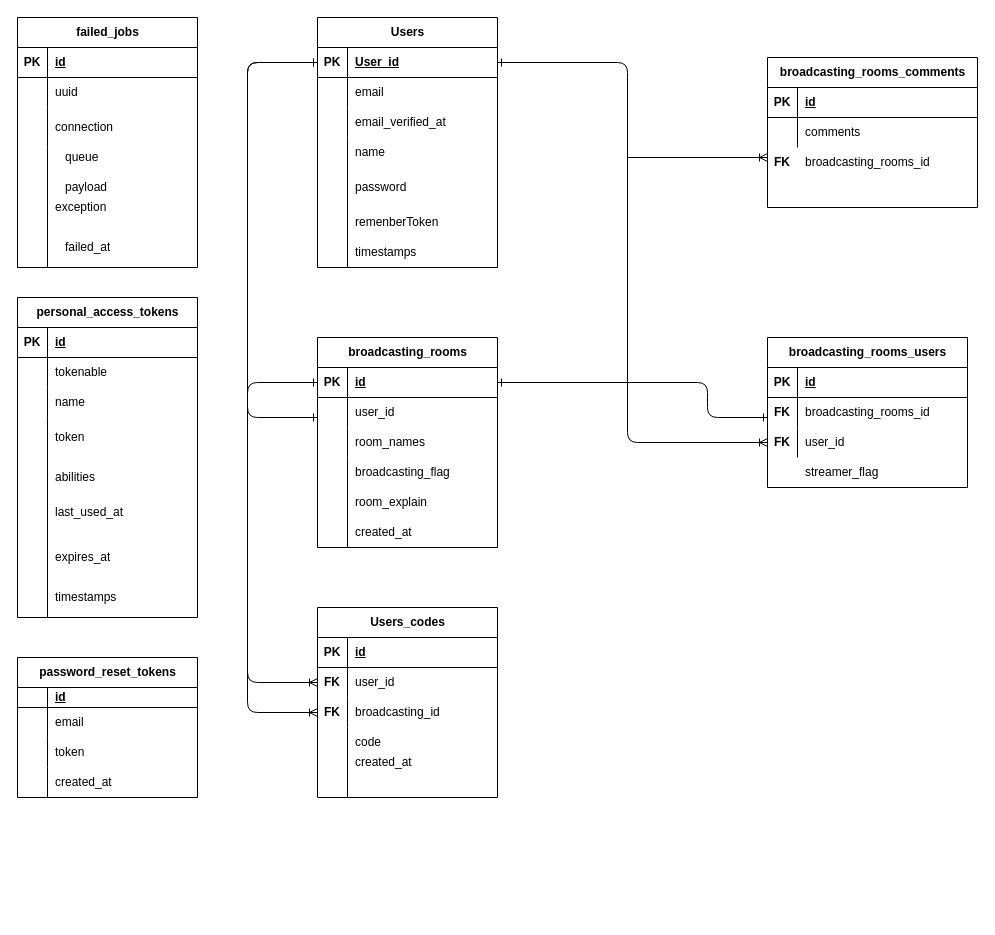
This is ER図_G-voice.drawio from Taka-ho/G-voice, a draw.io file, before an edit. Source tidied: cells renumbered, new cells numbered last; positions are measured from the earlier drawing's top-left corner, leaving out a move shared by most shapes. Both pictures are drawn from the tidied source at 100%, with x=0, y=0 at pixel (17, 17).
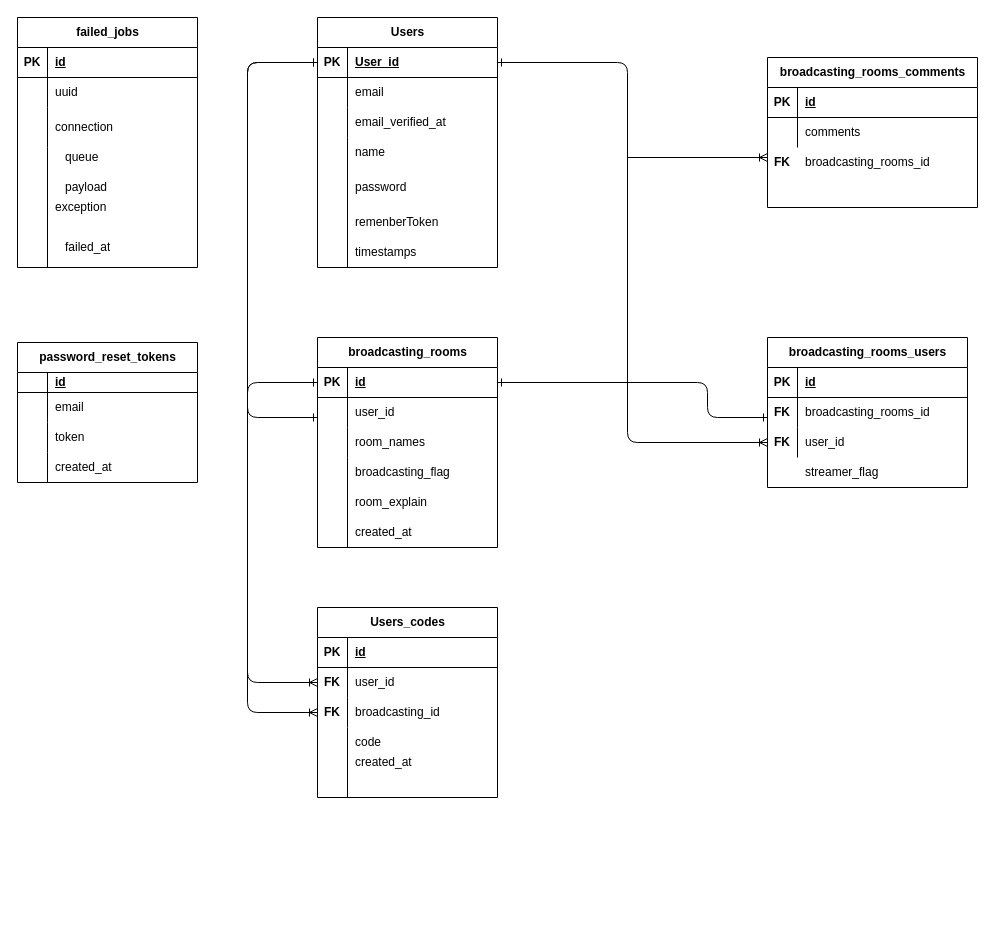
The same diagram, later.

The edit, as a diff of the source:
```diff
@@
-    <mxCell id="28" value="personal_access_tokens" style="shape=table;startSize=30;childLayout=tableLayout;rowLines=0;fontStyle=1;align=center;html=1;" parent="1" vertex="1">
-      <mxGeometry y="280" width="180" height="320" as="geometry" />
-    </mxCell>
-    <mxCell id="29" style="shape=tableRow;horizontal=0;startSize=0;swimlaneHead=0;swimlaneBody=0;fillColor=none;top=0;left=0;right=0;bottom=1;" parent="28" vertex="1">
-      <mxGeometry y="30" width="180" height="30" as="geometry" />
-    </mxCell>
-    <mxCell id="30" value="PK" style="shape=partialRectangle;fillColor=none;top=0;left=0;bottom=0;right=0;fontStyle=1;overflow=hidden;whiteSpace=wrap;html=1;" parent="29" vertex="1">
-      <mxGeometry width="30" height="30" as="geometry" />
-    </mxCell>
-    <mxCell id="31" value="id" style="shape=partialRectangle;fillColor=none;top=0;left=0;bottom=0;right=0;align=left;spacingLeft=6;fontStyle=5;overflow=hidden;whiteSpace=wrap;html=1;" parent="29" vertex="1">
-      <mxGeometry x="30" width="150" height="30" as="geometry" />
-    </mxCell>
-    <mxCell id="32" style="shape=tableRow;horizontal=0;startSize=0;swimlaneHead=0;swimlaneBody=0;fillColor=none;top=0;left=0;right=0;bottom=0;" parent="28" vertex="1">
-      <mxGeometry y="60" width="180" height="30" as="geometry" />
-    </mxCell>
-    <mxCell id="33" style="shape=partialRectangle;fillColor=none;top=0;left=0;bottom=0;right=0;overflow=hidden;whiteSpace=wrap;html=1;" parent="32" vertex="1">
-      <mxGeometry width="30" height="30" as="geometry" />
-    </mxCell>
-    <mxCell id="34" value="tokenable" style="shape=partialRectangle;fillColor=none;top=0;left=0;bottom=0;right=0;align=left;spacingLeft=6;overflow=hidden;whiteSpace=wrap;html=1;" parent="32" vertex="1">
-      <mxGeometry x="30" width="150" height="30" as="geometry" />
-    </mxCell>
-    <mxCell id="35" style="shape=tableRow;horizontal=0;startSize=0;swimlaneHead=0;swimlaneBody=0;fillColor=none;top=0;left=0;right=0;bottom=0;" parent="28" vertex="1">
-      <mxGeometry y="90" width="180" height="30" as="geometry" />
-    </mxCell>
-    <mxCell id="36" style="shape=partialRectangle;fillColor=none;top=0;left=0;bottom=0;right=0;overflow=hidden;whiteSpace=wrap;html=1;" parent="35" vertex="1">
-      <mxGeometry width="30" height="30" as="geometry" />
-    </mxCell>
-    <mxCell id="37" value="name" style="shape=partialRectangle;fillColor=none;top=0;left=0;bottom=0;right=0;align=left;spacingLeft=6;overflow=hidden;whiteSpace=wrap;html=1;" parent="35" vertex="1">
-      <mxGeometry x="30" width="150" height="30" as="geometry" />
-    </mxCell>
-    <mxCell id="38" style="shape=tableRow;horizontal=0;startSize=0;swimlaneHead=0;swimlaneBody=0;fillColor=none;top=0;left=0;right=0;bottom=0;" parent="28" vertex="1">
-      <mxGeometry y="120" width="180" height="200" as="geometry" />
-    </mxCell>
-    <mxCell id="39" style="shape=partialRectangle;fillColor=none;top=0;left=0;bottom=0;right=0;overflow=hidden;whiteSpace=wrap;html=1;" parent="38" vertex="1">
-      <mxGeometry width="30" height="200" as="geometry" />
-    </mxCell>
-    <mxCell id="40" style="shape=partialRectangle;fillColor=none;top=0;left=0;bottom=0;right=0;align=left;spacingLeft=6;overflow=hidden;whiteSpace=wrap;html=1;" parent="38" vertex="1">
-      <mxGeometry x="30" width="150" height="200" as="geometry" />
-    </mxCell>
@@
     <mxCell id="51" value="password_reset_tokens" style="shape=table;startSize=30;childLayout=tableLayout;rowLines=0;fontStyle=1;align=center;html=1;" parent="1" vertex="1">
-      <mxGeometry y="640" width="180" height="140" as="geometry" />
+      <mxGeometry y="325" width="180" height="140" as="geometry" />
     </mxCell>
@@
-    <mxCell id="84" value="token" style="shape=partialRectangle;fillColor=none;top=0;left=0;bottom=0;right=0;align=left;spacingLeft=6;overflow=hidden;whiteSpace=wrap;html=1;" parent="1" vertex="1">
-      <mxGeometry x="30" y="400" width="150" height="40" as="geometry" />
-    </mxCell>
-    <mxCell id="85" value="abilities" style="shape=partialRectangle;fillColor=none;top=0;left=0;bottom=0;right=0;align=left;spacingLeft=6;overflow=hidden;whiteSpace=wrap;html=1;" parent="1" vertex="1">
-      <mxGeometry x="30" y="440" width="150" height="40" as="geometry" />
-    </mxCell>
-    <mxCell id="86" value="expires_at" style="shape=partialRectangle;fillColor=none;top=0;left=0;bottom=0;right=0;align=left;spacingLeft=6;overflow=hidden;whiteSpace=wrap;html=1;" parent="1" vertex="1">
-      <mxGeometry x="30" y="520" width="150" height="40" as="geometry" />
-    </mxCell>
-    <mxCell id="87" value="last_used_at" style="shape=partialRectangle;fillColor=none;top=0;left=0;bottom=0;right=0;align=left;spacingLeft=6;overflow=hidden;whiteSpace=wrap;html=1;" parent="1" vertex="1">
-      <mxGeometry x="30" y="480" width="150" height="30" as="geometry" />
-    </mxCell>
-    <mxCell id="88" value="timestamps" style="shape=partialRectangle;fillColor=none;top=0;left=0;bottom=0;right=0;align=left;spacingLeft=6;overflow=hidden;whiteSpace=wrap;html=1;" parent="1" vertex="1">
-      <mxGeometry x="30" y="560" width="150" height="40" as="geometry" />
-    </mxCell>
```
